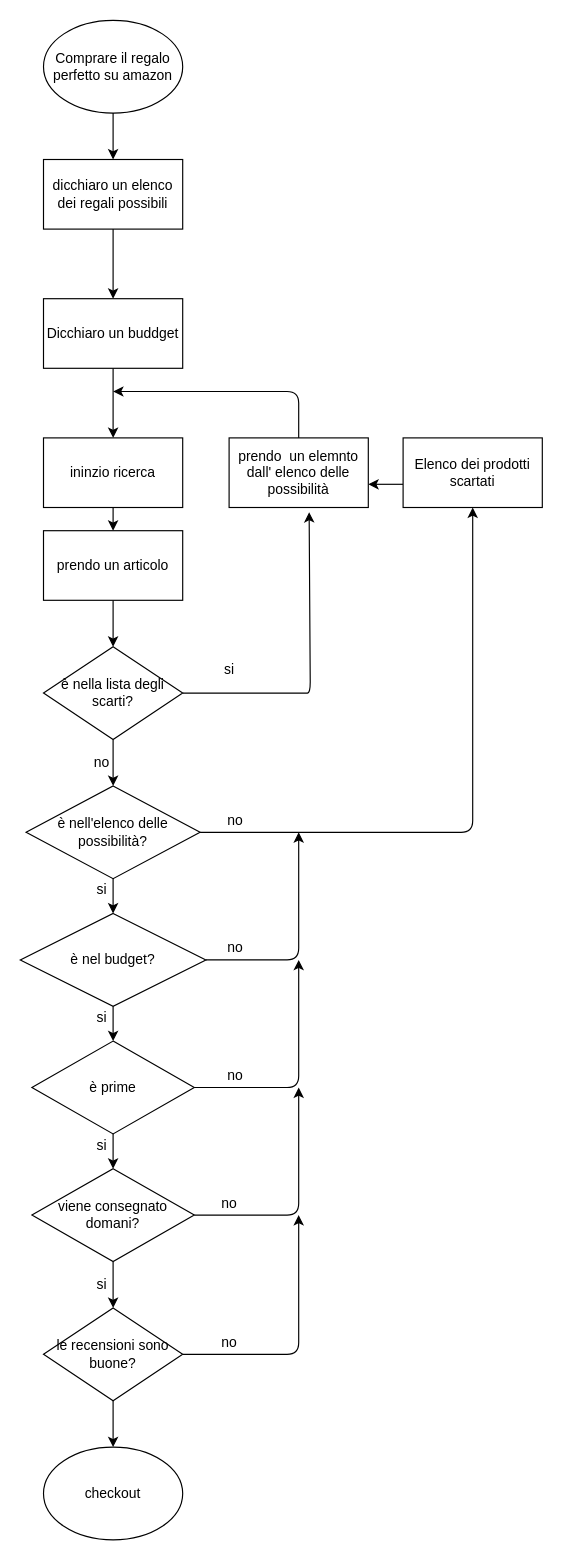
Above: diagramma.drawio in VictorEnache/human-code (draw.io), before the change. Source tidied: cells renumbered, new cells numbered last; positions are measured from the earlier drawing's top-left corner, leaving out a move shared by most shapes. Both pictures are drawn from the tidied source at 116%, with x=0, y=0 at pixel (20, 20).
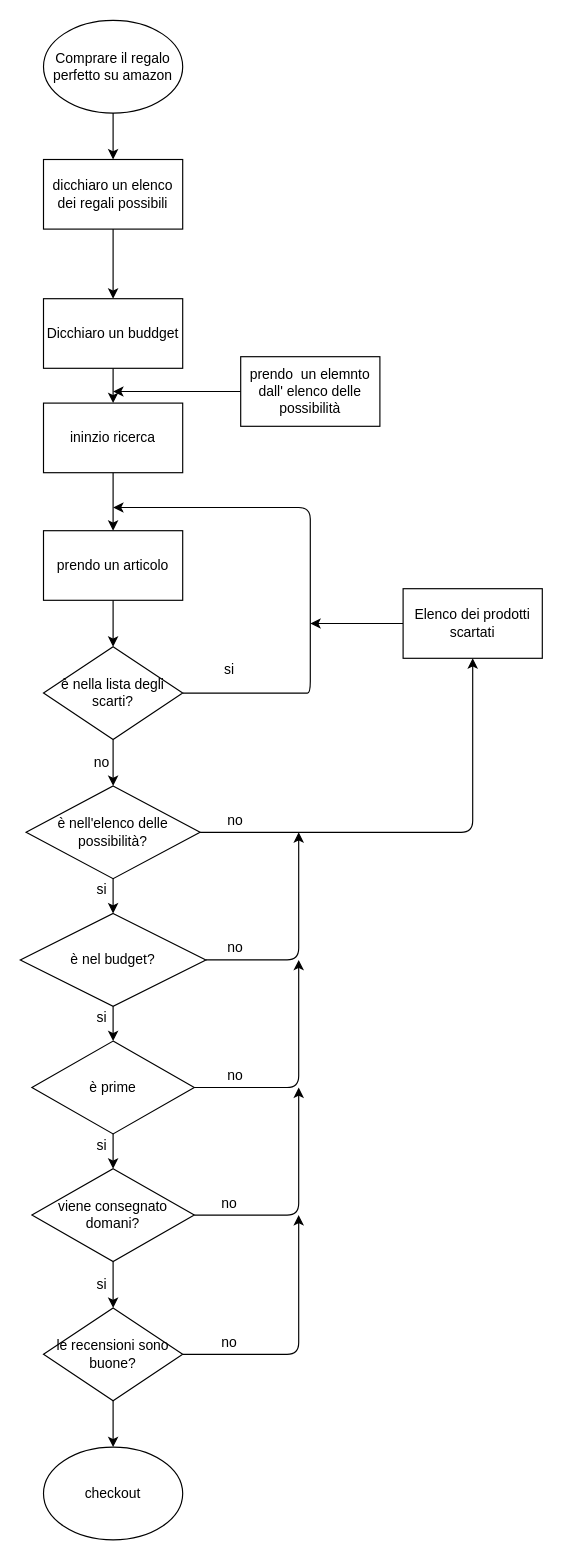
The same diagram, later.

Unchanged cells that the change refers to:
```xml
<mxCell id="40" value="è nella lista degli scarti?" style="rhombus;whiteSpace=wrap;html=1;" parent="1" vertex="1">
  <mxGeometry x="20" y="540" width="120" height="80" as="geometry" />
</mxCell>
```

What changed in the source:
```diff
@@
-    <mxCell id="31" style="edgeStyle=none;html=1;" parent="1" edge="1">
-      <mxGeometry relative="1" as="geometry">
-        <mxPoint x="330" y="400" as="sourcePoint" />
-        <mxPoint x="300" y="400" as="targetPoint" />
-      </mxGeometry>
-    </mxCell>
+    <mxCell id="46" style="edgeStyle=none;html=1;" parent="1" edge="1" source="32">
+      <mxGeometry relative="1" as="geometry">
+        <mxPoint x="250" y="520" as="targetPoint" />
+      </mxGeometry>
+    </mxCell>
     <mxCell id="32" value="Elenco dei prodotti scartati" style="rounded=0;whiteSpace=wrap;html=1;" parent="1" vertex="1">
-      <mxGeometry x="330" y="360" width="120" height="60" as="geometry" />
+      <mxGeometry x="330" y="490" width="120" height="60" as="geometry" />
     </mxCell>
@@
     <mxCell id="34" value="prendo&amp;nbsp; un elemnto dall' elenco delle possibilità" style="rounded=0;whiteSpace=wrap;html=1;" parent="1" vertex="1">
-      <mxGeometry x="180" y="360" width="120" height="60" as="geometry" />
+      <mxGeometry x="190" y="290" width="120" height="60" as="geometry" />
     </mxCell>
@@
     <mxCell id="38" value="ininzio ricerca" style="rounded=0;whiteSpace=wrap;html=1;" parent="1" vertex="1">
-      <mxGeometry x="20" y="360" width="120" height="60" as="geometry" />
+      <mxGeometry x="20" y="330" width="120" height="60" as="geometry" />
     </mxCell>
-    <mxCell id="39" style="edgeStyle=none;html=1;entryX=0.575;entryY=1.067;entryDx=0;entryDy=0;entryPerimeter=0;" parent="1" edge="1" source="40" target="34">
+    <mxCell id="39" style="edgeStyle=none;html=1;" parent="1" edge="1" source="40">
       <mxGeometry relative="1" as="geometry">
+        <mxPoint x="80" y="420" as="targetPoint" />
         <Array as="points">
           <mxPoint x="240" y="580" />
           <mxPoint x="250" y="580" />
+          <mxPoint x="250" y="420" />
         </Array>
       </mxGeometry>
     </mxCell>
```
